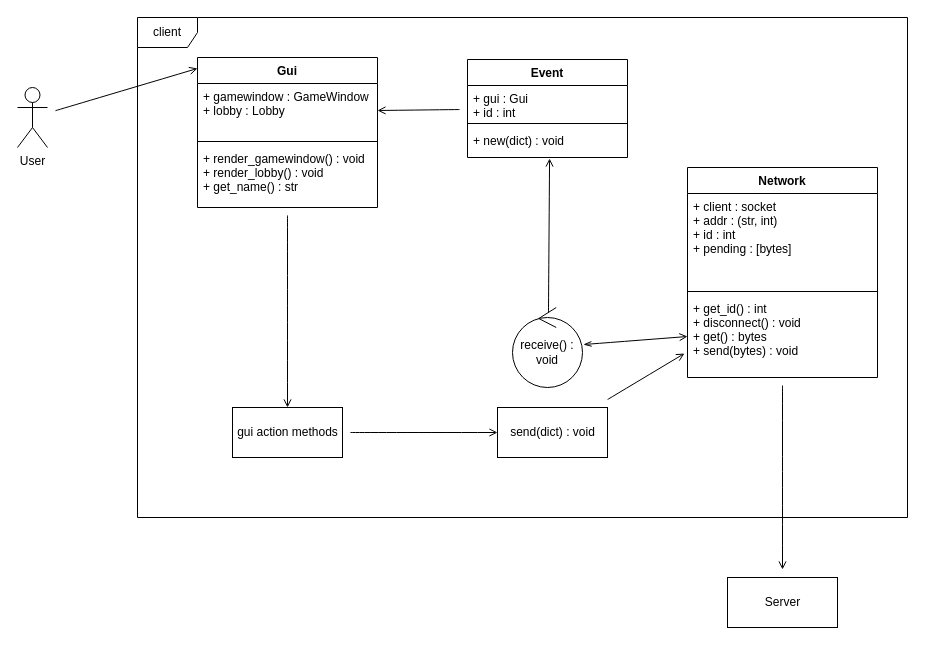
Before: page "client" (1 of 5) of cardgame.drawio in juhor00/Cardgame, a draw.io diagram. Source tidied: cells renumbered, new cells numbered last; positions are measured from the earlier drawing's top-left corner, leaving out a move shared by most shapes. Both pictures are drawn from the tidied source at 100%, with x=0, y=0 at pixel (17, 17).
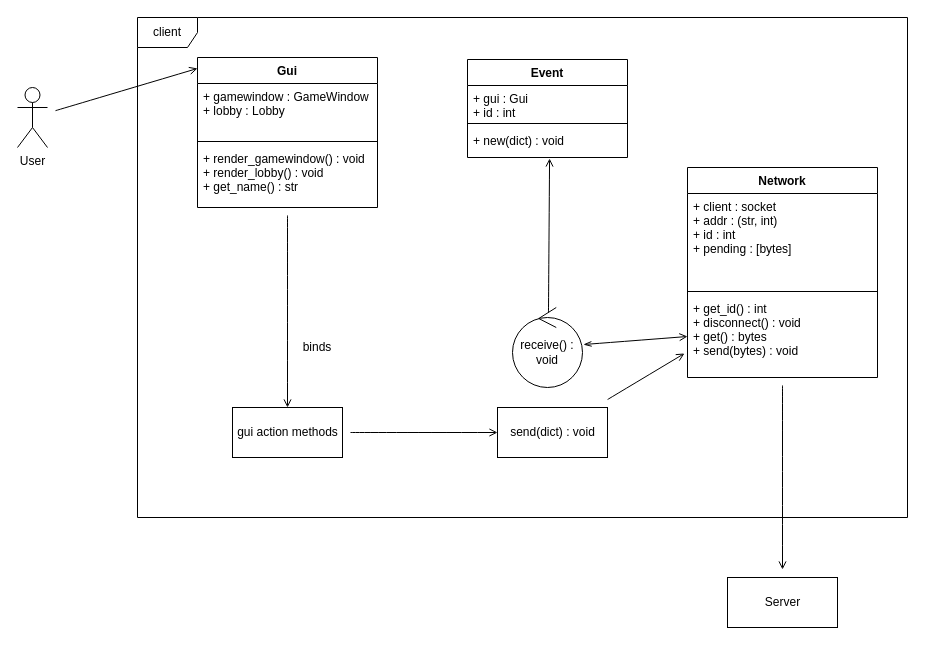
After the change.

The change refers to these unchanged cells:
```xml
<mxCell id="10" value="+ gamewindow : GameWindow&#10;+ lobby : Lobby" style="text;strokeColor=none;fillColor=none;align=left;verticalAlign=top;spacingLeft=4;spacingRight=4;overflow=hidden;points=[[0,0.5],[1,0.5]];portConstraint=eastwest;" parent="9" vertex="1">
  <mxGeometry y="26" width="180" height="54" as="geometry" />
</mxCell>
<mxCell id="14" value="Event" style="swimlane;fontStyle=1;align=center;verticalAlign=top;horizontal=1;startSize=26;hachureGap=4;" parent="1" vertex="1">
  <mxGeometry x="450" y="42" width="160" height="98" as="geometry" />
</mxCell>
```

The edit, as a diff of the source:
```diff
@@
-    <mxCell id="13" style="edgeStyle=none;curved=1;rounded=0;jettySize=auto;html=1;entryX=1;entryY=0.5;entryDx=0;entryDy=0;startArrow=none;startFill=0;endArrow=open;sourcePerimeterSpacing=8;targetPerimeterSpacing=8;" parent="1" edge="1" source="14" target="10">
-      <mxGeometry relative="1" as="geometry" />
-    </mxCell>
@@
+    <mxCell id="28" value="binds" style="text;html=1;strokeColor=none;fillColor=none;align=center;verticalAlign=middle;whiteSpace=wrap;rounded=0;hachureGap=4;" parent="1" vertex="1">
+      <mxGeometry x="280" y="320" width="40" height="20" as="geometry" />
+    </mxCell>
```
